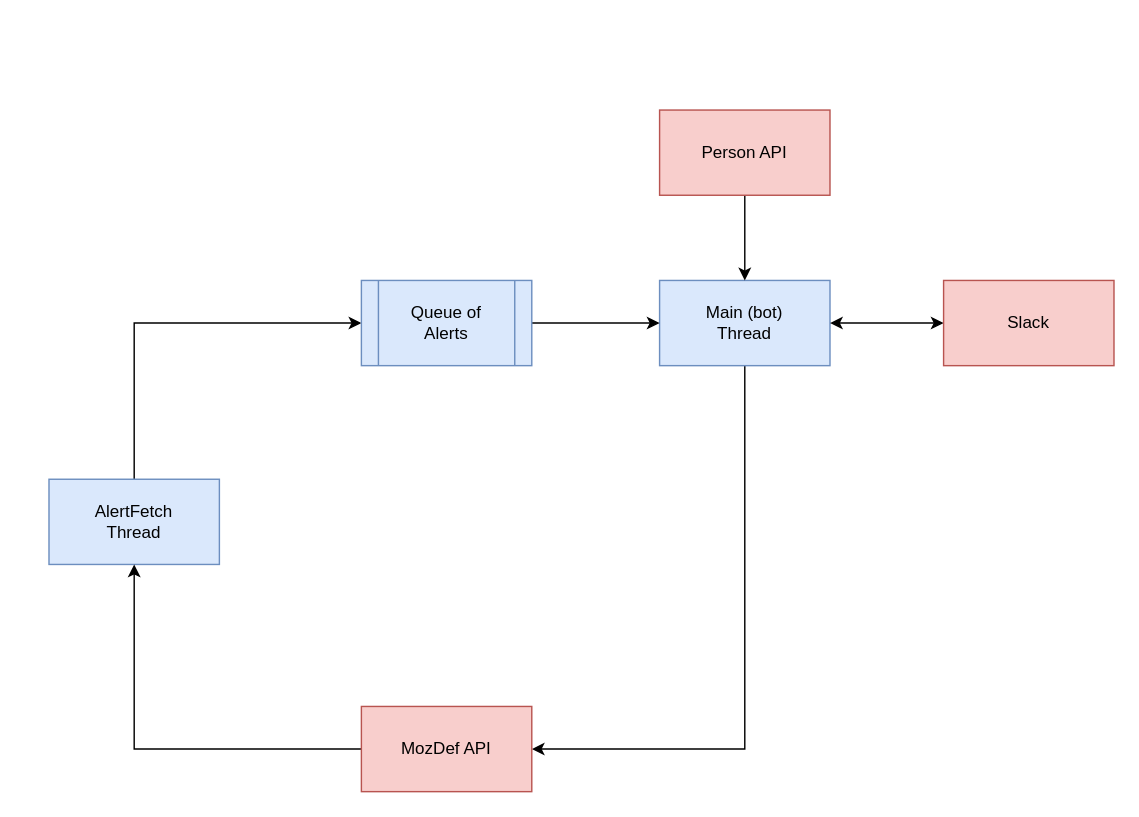
Earlier version of the draw.io diagram docs/diagrams/bot_architecture.drawio (mozilla/MozDef-Triage-Bot). Source tidied: cells renumbered, new cells numbered last; positions are measured from the earlier drawing's top-left corner, leaving out a move shared by most shapes. Both pictures are drawn from the tidied source at 142%, with x=0, y=0 at pixel (48, 109).
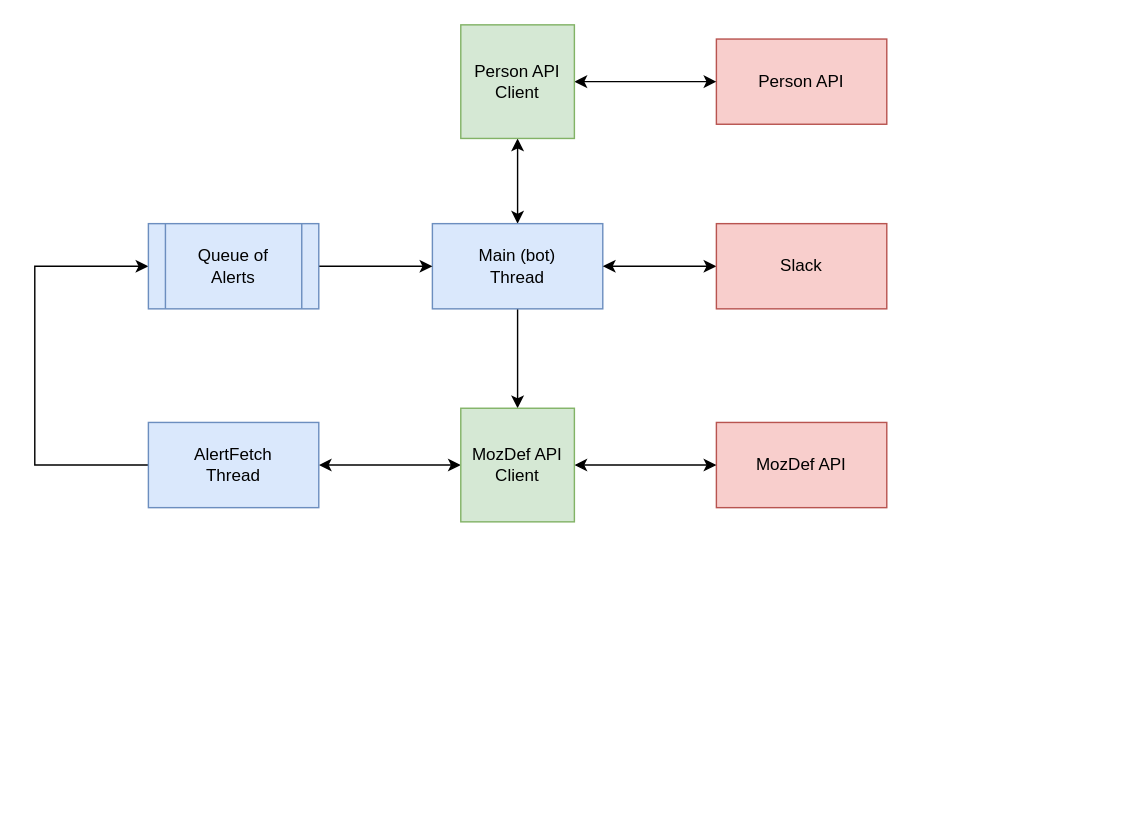
The same diagram, later.

Commit message (it also covers changes not shown here):
Organize communication with Person API and MozDef API behind clients that handle auth

What changed in the source:
```diff
@@
 <mxGraphModel>
   <root>
     <mxCell id="0" />
     <mxCell id="1" parent="0" />
-    <mxCell id="2" style="edgeStyle=orthogonalEdgeStyle;rounded=0;jettySize=auto;html=1;exitX=0.5;exitY=0;exitDx=0;exitDy=0;entryX=0;entryY=0.5;entryDx=0;entryDy=0;" parent="1" edge="1" source="3" target="7">
-      <mxGeometry relative="1" as="geometry" />
+    <mxCell id="2" style="edgeStyle=orthogonalEdgeStyle;rounded=0;jettySize=auto;html=1;exitX=0;exitY=0.5;exitDx=0;exitDy=0;entryX=0;entryY=0.5;entryDx=0;entryDy=0;" parent="1" edge="1" source="3" target="7">
+      <mxGeometry relative="1" as="geometry">
+        <Array as="points">
+          <mxPoint x="-10" y="250" />
+          <mxPoint x="-10" y="110" />
+        </Array>
+      </mxGeometry>
     </mxCell>
+    <mxCell id="14" style="edgeStyle=orthogonalEdgeStyle;rounded=0;jettySize=auto;html=1;exitX=1;exitY=0.5;exitDx=0;exitDy=0;entryX=0;entryY=0.5;entryDx=0;entryDy=0;startArrow=classic;startFill=1;" parent="1" edge="1" source="3" target="20">
+      <mxGeometry relative="1" as="geometry" />
+    </mxCell>
     <mxCell id="3" value="AlertFetch&lt;br&gt;Thread" style="rounded=0;whiteSpace=wrap;html=1;fillColor=#dae8fc;strokeColor=#6c8ebf;" parent="1" vertex="1">
-      <mxGeometry y="260" width="120" height="60" as="geometry" />
+      <mxGeometry x="70" y="220" width="120" height="60" as="geometry" />
     </mxCell>
-    <mxCell id="4" style="edgeStyle=orthogonalEdgeStyle;rounded=0;jettySize=auto;html=1;exitX=0.5;exitY=1;exitDx=0;exitDy=0;entryX=1;entryY=0.5;entryDx=0;entryDy=0;startArrow=none;startFill=0;" parent="1" edge="1" source="5" target="9">
-      <mxGeometry relative="1" as="geometry" />
-    </mxCell>
+    <mxCell id="15" style="edgeStyle=orthogonalEdgeStyle;rounded=0;jettySize=auto;html=1;exitX=0.5;exitY=0;exitDx=0;exitDy=0;entryX=0.5;entryY=1;entryDx=0;entryDy=0;startArrow=classic;startFill=1;" parent="1" edge="1" source="5" target="18">
+      <mxGeometry relative="1" as="geometry" />
+    </mxCell>
+    <mxCell id="16" style="edgeStyle=orthogonalEdgeStyle;rounded=0;jettySize=auto;html=1;exitX=0.5;exitY=1;exitDx=0;exitDy=0;entryX=0.5;entryY=0;entryDx=0;entryDy=0;startArrow=none;startFill=0;" parent="1" edge="1" source="5" target="20">
+      <mxGeometry relative="1" as="geometry" />
+    </mxCell>
     <mxCell id="5" value="Main (bot)&lt;br&gt;Thread" style="rounded=0;whiteSpace=wrap;html=1;fillColor=#dae8fc;strokeColor=#6c8ebf;" parent="1" vertex="1">
-      <mxGeometry x="430" y="120" width="120" height="60" as="geometry" />
+      <mxGeometry x="270" y="80" width="120" height="60" as="geometry" />
     </mxCell>
     <mxCell id="6" style="edgeStyle=orthogonalEdgeStyle;rounded=0;jettySize=auto;html=1;exitX=1;exitY=0.5;exitDx=0;exitDy=0;entryX=0;entryY=0.5;entryDx=0;entryDy=0;" parent="1" edge="1" source="7" target="5">
       <mxGeometry relative="1" as="geometry" />
     </mxCell>
     <mxCell id="7" value="Queue of&lt;br&gt;Alerts" style="shape=process;whiteSpace=wrap;html=1;backgroundOutline=1;fillColor=#dae8fc;strokeColor=#6c8ebf;" parent="1" vertex="1">
-      <mxGeometry x="220" y="120" width="120" height="60" as="geometry" />
+      <mxGeometry x="70" y="80" width="120" height="60" as="geometry" />
     </mxCell>
-    <mxCell id="8" style="edgeStyle=orthogonalEdgeStyle;rounded=0;jettySize=auto;html=1;exitX=0;exitY=0.5;exitDx=0;exitDy=0;entryX=0.5;entryY=1;entryDx=0;entryDy=0;" parent="1" edge="1" source="9" target="3">
-      <mxGeometry relative="1" as="geometry" />
-    </mxCell>
     <mxCell id="9" value="MozDef API" style="rounded=0;whiteSpace=wrap;html=1;fillColor=#f8cecc;strokeColor=#b85450;" parent="1" vertex="1">
-      <mxGeometry x="220" y="420" width="120" height="60" as="geometry" />
+      <mxGeometry x="470" y="220" width="120" height="60" as="geometry" />
     </mxCell>
-    <mxCell id="10" style="edgeStyle=orthogonalEdgeStyle;rounded=0;jettySize=auto;html=1;exitX=0.5;exitY=1;exitDx=0;exitDy=0;entryX=0.5;entryY=0;entryDx=0;entryDy=0;" parent="1" edge="1" source="11" target="5">
-      <mxGeometry relative="1" as="geometry" />
-    </mxCell>
     <mxCell id="11" value="Person API" style="rounded=0;whiteSpace=wrap;html=1;fillColor=#f8cecc;strokeColor=#b85450;" parent="1" vertex="1">
-      <mxGeometry x="430" width="120" height="60" as="geometry" />
+      <mxGeometry x="470" y="-50" width="120" height="60" as="geometry" />
     </mxCell>
     <mxCell id="12" style="edgeStyle=orthogonalEdgeStyle;rounded=0;jettySize=auto;html=1;exitX=0;exitY=0.5;exitDx=0;exitDy=0;startArrow=classic;startFill=1;" parent="1" edge="1" source="13" target="5">
       <mxGeometry relative="1" as="geometry" />
     </mxCell>
     <mxCell id="13" value="Slack" style="rounded=0;whiteSpace=wrap;html=1;fillColor=#f8cecc;strokeColor=#b85450;" parent="1" vertex="1">
-      <mxGeometry x="630" y="120" width="120" height="60" as="geometry" />
+      <mxGeometry x="470" y="80" width="120" height="60" as="geometry" />
     </mxCell>
+    <mxCell id="17" style="edgeStyle=orthogonalEdgeStyle;rounded=0;jettySize=auto;html=1;exitX=1;exitY=0.5;exitDx=0;exitDy=0;entryX=0;entryY=0.5;entryDx=0;entryDy=0;startArrow=classic;startFill=1;" parent="1" edge="1" source="18" target="11">
+      <mxGeometry relative="1" as="geometry" />
+    </mxCell>
+    <mxCell id="18" value="Person API&lt;br&gt;Client" style="rounded=0;whiteSpace=wrap;html=1;fillColor=#d5e8d4;strokeColor=#82b366;" parent="1" vertex="1">
+      <mxGeometry x="290" y="-60" width="80" height="80" as="geometry" />
+    </mxCell>
+    <mxCell id="19" style="edgeStyle=orthogonalEdgeStyle;rounded=0;jettySize=auto;html=1;exitX=1;exitY=0.5;exitDx=0;exitDy=0;entryX=0;entryY=0.5;entryDx=0;entryDy=0;startArrow=classic;startFill=1;" parent="1" edge="1" source="20" target="9">
+      <mxGeometry relative="1" as="geometry" />
+    </mxCell>
+    <mxCell id="20" value="MozDef API&lt;br&gt;Client" style="rounded=0;whiteSpace=wrap;html=1;fillColor=#d5e8d4;strokeColor=#82b366;" parent="1" vertex="1">
+      <mxGeometry x="290" y="210" width="80" height="80" as="geometry" />
+    </mxCell>
   </root>
 </mxGraphModel>
```
